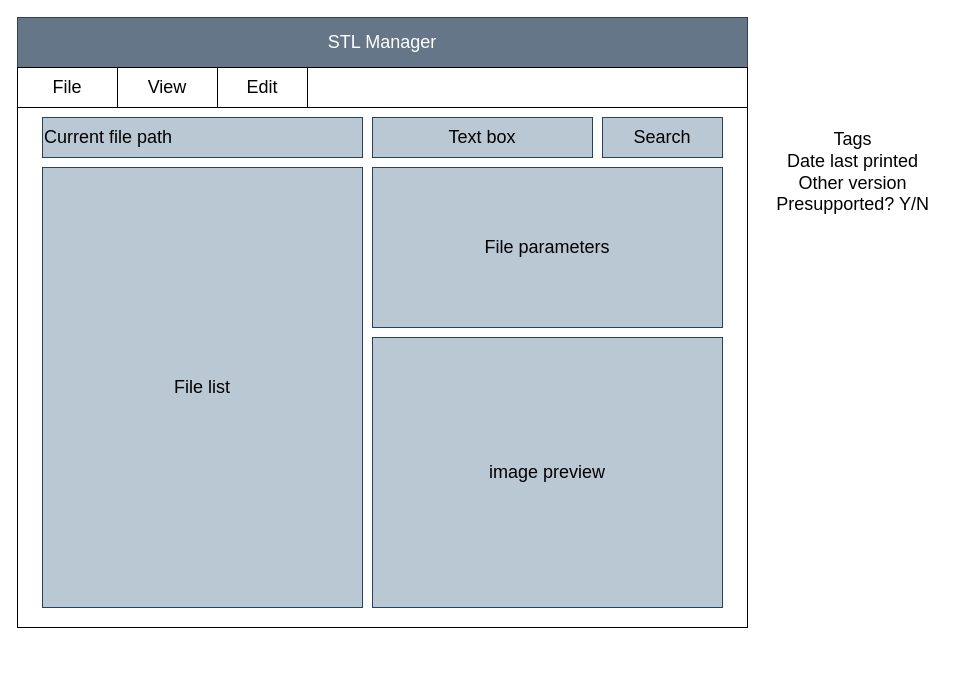
This is AppView.drawio from Gink3/STL_Manager, a draw.io file, before an edit. Source tidied: cells renumbered, new cells numbered last; positions are measured from the earlier drawing's top-left corner, leaving out a move shared by most shapes. Both pictures are drawn from the tidied source at 100%, with x=0, y=0 at pixel (17, 17).
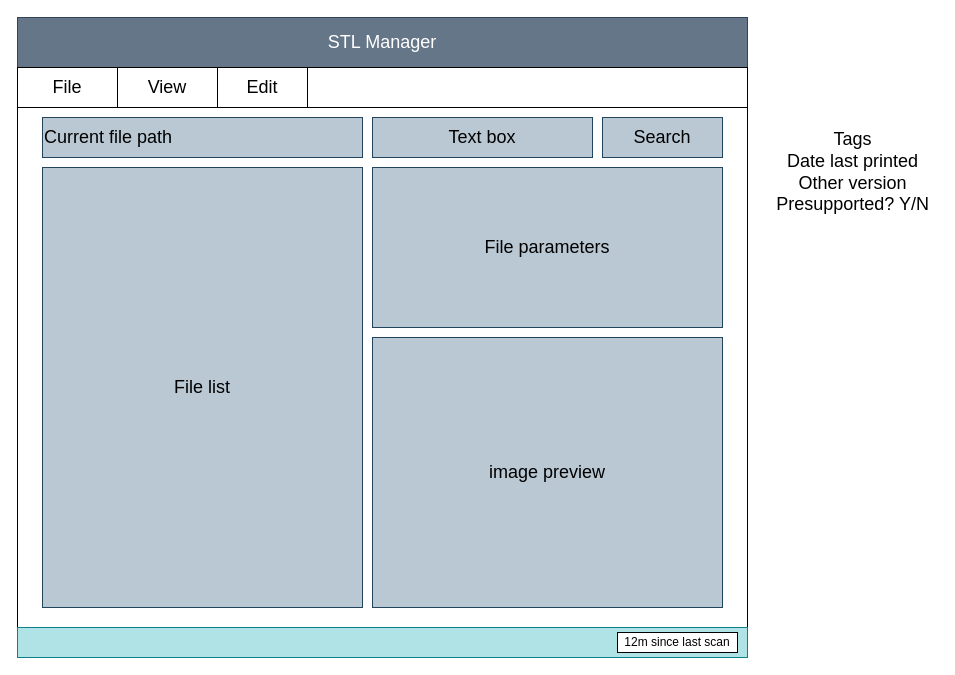
The same diagram, later.

Commit message:
Added status bar to view diagram

What changed in the source:
```diff
@@
 <mxGraphModel>
   <root>
     <mxCell id="0" />
     <mxCell id="1" parent="0" />
     <mxCell id="2" style="rounded=0;whiteSpace=wrap;html=1;" parent="1" vertex="1">
-      <mxGeometry width="730" height="610" as="geometry" />
+      <mxGeometry width="730" height="640" as="geometry" />
     </mxCell>
     <mxCell id="3" value="&lt;font style=&quot;font-size: 18px;&quot;&gt;STL Manager&lt;/font&gt;" style="rounded=0;whiteSpace=wrap;html=1;fillColor=#647687;fontColor=#ffffff;strokeColor=#314354;" parent="1" vertex="1">
       <mxGeometry width="730" height="50" as="geometry" />
     </mxCell>
     <mxCell id="4" value="File list" style="rounded=0;whiteSpace=wrap;html=1;fontSize=18;fillColor=#bac8d3;strokeColor=#23445d;" parent="1" vertex="1">
       <mxGeometry x="25" y="150" width="320" height="440" as="geometry" />
     </mxCell>
     <mxCell id="5" value="Current file path" style="rounded=0;whiteSpace=wrap;html=1;fontSize=18;align=left;fillColor=#bac8d3;strokeColor=#23445d;" parent="1" vertex="1">
       <mxGeometry x="25" y="100" width="320" height="40" as="geometry" />
     </mxCell>
     <mxCell id="6" value="File parameters" style="rounded=0;whiteSpace=wrap;html=1;fontSize=18;fillColor=#bac8d3;strokeColor=#23445d;" parent="1" vertex="1">
       <mxGeometry x="355" y="150" width="350" height="160" as="geometry" />
     </mxCell>
     <mxCell id="7" value="image preview" style="rounded=0;whiteSpace=wrap;html=1;fontSize=18;fillColor=#bac8d3;strokeColor=#23445d;" parent="1" vertex="1">
       <mxGeometry x="355" y="320" width="350" height="270" as="geometry" />
     </mxCell>
     <mxCell id="8" value="Text box" style="rounded=0;whiteSpace=wrap;html=1;fontSize=18;fillColor=#bac8d3;strokeColor=#23445d;" parent="1" vertex="1">
       <mxGeometry x="355" y="100" width="220" height="40" as="geometry" />
     </mxCell>
     <mxCell id="9" value="Tags&lt;br&gt;Date last printed&lt;br&gt;Other version&lt;br&gt;Presupported? Y/N" style="text;html=1;align=center;verticalAlign=middle;strokeColor=none;fillColor=none;fontSize=18;" parent="1" vertex="1">
       <mxGeometry x="750" y="110" width="170" height="90" as="geometry" />
     </mxCell>
     <mxCell id="10" value="Search" style="rounded=0;whiteSpace=wrap;html=1;fontSize=18;fillColor=#bac8d3;strokeColor=#23445d;" parent="1" vertex="1">
       <mxGeometry x="585" y="100" width="120" height="40" as="geometry" />
     </mxCell>
     <mxCell id="11" style="rounded=0;whiteSpace=wrap;html=1;fontSize=18;" parent="1" vertex="1">
       <mxGeometry y="50" width="730" height="40" as="geometry" />
     </mxCell>
     <mxCell id="12" value="File" style="rounded=0;whiteSpace=wrap;html=1;fontSize=18;" parent="1" vertex="1">
       <mxGeometry y="50" width="100" height="40" as="geometry" />
     </mxCell>
     <mxCell id="13" value="View" style="rounded=0;whiteSpace=wrap;html=1;fontSize=18;" parent="1" vertex="1">
       <mxGeometry x="100" y="50" width="100" height="40" as="geometry" />
     </mxCell>
     <mxCell id="14" value="Edit" style="rounded=0;whiteSpace=wrap;html=1;fontSize=18;" parent="1" vertex="1">
       <mxGeometry x="200" y="50" width="90" height="40" as="geometry" />
     </mxCell>
+    <mxCell id="15" style="rounded=0;whiteSpace=wrap;html=1;fillColor=#b0e3e6;strokeColor=#0e8088;" parent="1" vertex="1">
+      <mxGeometry y="610" width="730" height="30" as="geometry" />
+    </mxCell>
+    <mxCell id="16" value="12m since last scan" style="rounded=0;whiteSpace=wrap;html=1;" parent="1" vertex="1">
+      <mxGeometry x="600" y="615" width="120" height="20" as="geometry" />
+    </mxCell>
   </root>
 </mxGraphModel>
```
